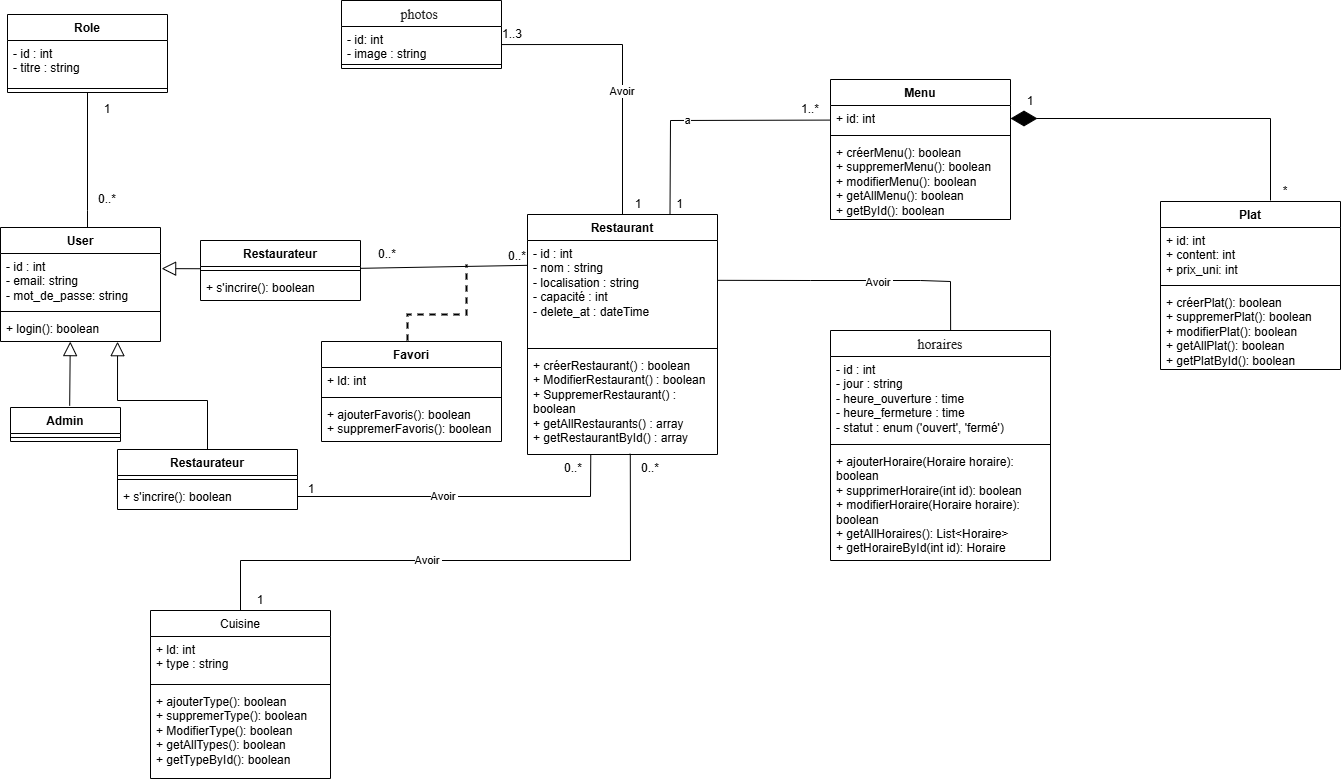
Before: Modelisation/Diagramme_classe.png, a diagram exported from draw.io (AZIZABADA10/YouCo-Done). Source tidied: cells renumbered, new cells last; positions are measured from the earlier drawing's top-left corner, leaving out a move shared by most shapes.
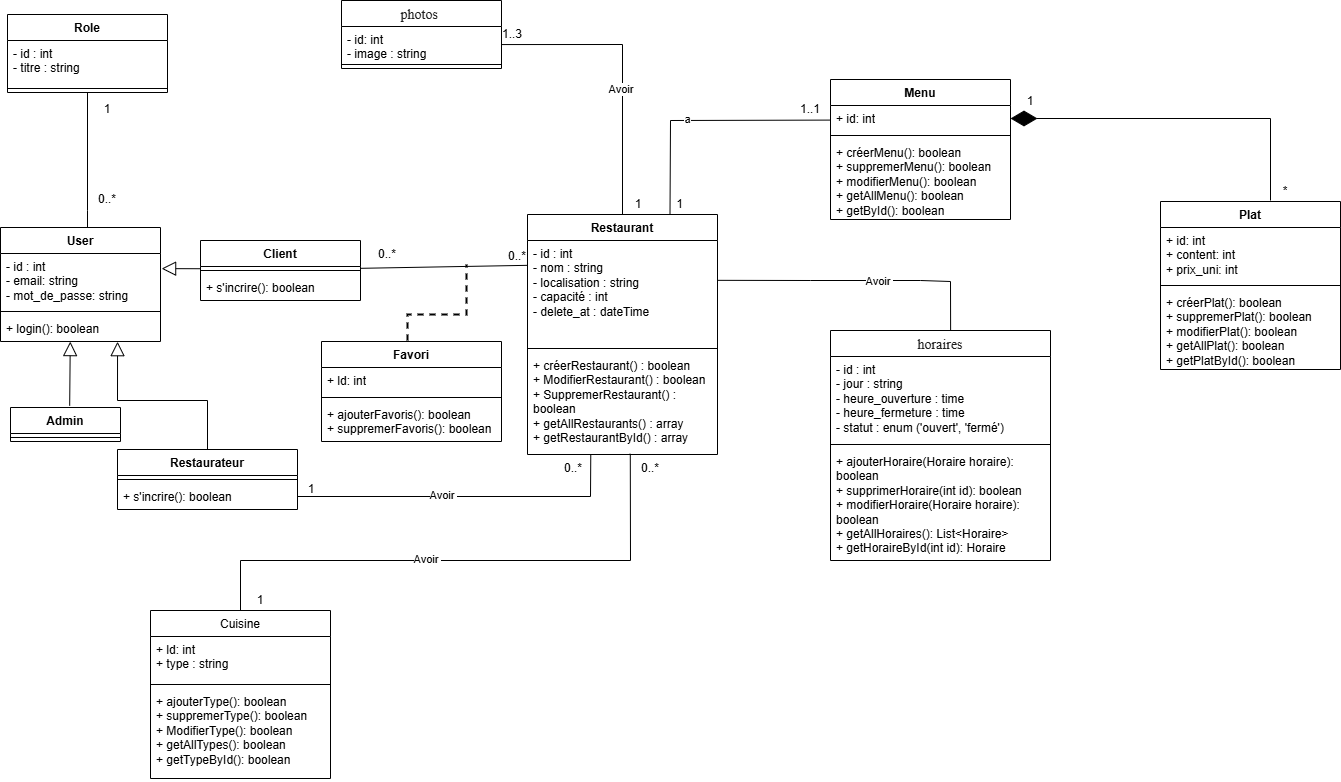
The same diagram one commit later.

Commit message:
docs: mise à jour du diagramme de classe UML

The edit, as a diff of the source:
```diff
@@ -148,7 +148,7 @@
     <mxCell id="39" value="1" style="text;html=1;whiteSpace=wrap;strokeColor=none;fillColor=none;align=center;verticalAlign=middle;rounded=0;" parent="1" vertex="1">
       <mxGeometry x="668" y="199" width="23" height="10" as="geometry" />
     </mxCell>
-    <mxCell id="40" value="1..*" style="text;html=1;whiteSpace=wrap;strokeColor=none;fillColor=none;align=center;verticalAlign=middle;rounded=0;" parent="1" vertex="1">
+    <mxCell id="40" value="1..1" style="text;html=1;whiteSpace=wrap;strokeColor=none;fillColor=none;align=center;verticalAlign=middle;rounded=0;" parent="1" vertex="1">
       <mxGeometry x="800" y="102.5" width="20" height="13" as="geometry" />
     </mxCell>
     <mxCell id="41" value="User" style="swimlane;fontStyle=1;align=center;verticalAlign=top;horizontal=1;startSize=26;whiteSpace=wrap;html=1;" parent="1" vertex="1">
@@ -175,7 +175,7 @@
         <mxPoint x="1" as="offset" />
       </mxGeometry>
     </mxCell>
-    <mxCell id="47" value="Restaurateur" style="swimlane;fontStyle=1;align=center;verticalAlign=top;horizontal=1;startSize=26;whiteSpace=wrap;html=1;" parent="1" vertex="1">
+    <mxCell id="47" value="Client" style="swimlane;fontStyle=1;align=center;verticalAlign=top;horizontal=1;startSize=26;whiteSpace=wrap;html=1;" parent="1" vertex="1">
       <mxGeometry x="200" y="240" width="160" height="60" as="geometry" />
     </mxCell>
     <mxCell id="48" style="line;strokeWidth=1;fillColor=none;align=left;verticalAlign=middle;spacingTop=-1;spacingLeft=3;spacingRight=3;labelPosition=right;points=[];portConstraint=eastwest;strokeColor=inherit;" parent="47" vertex="1">
```
